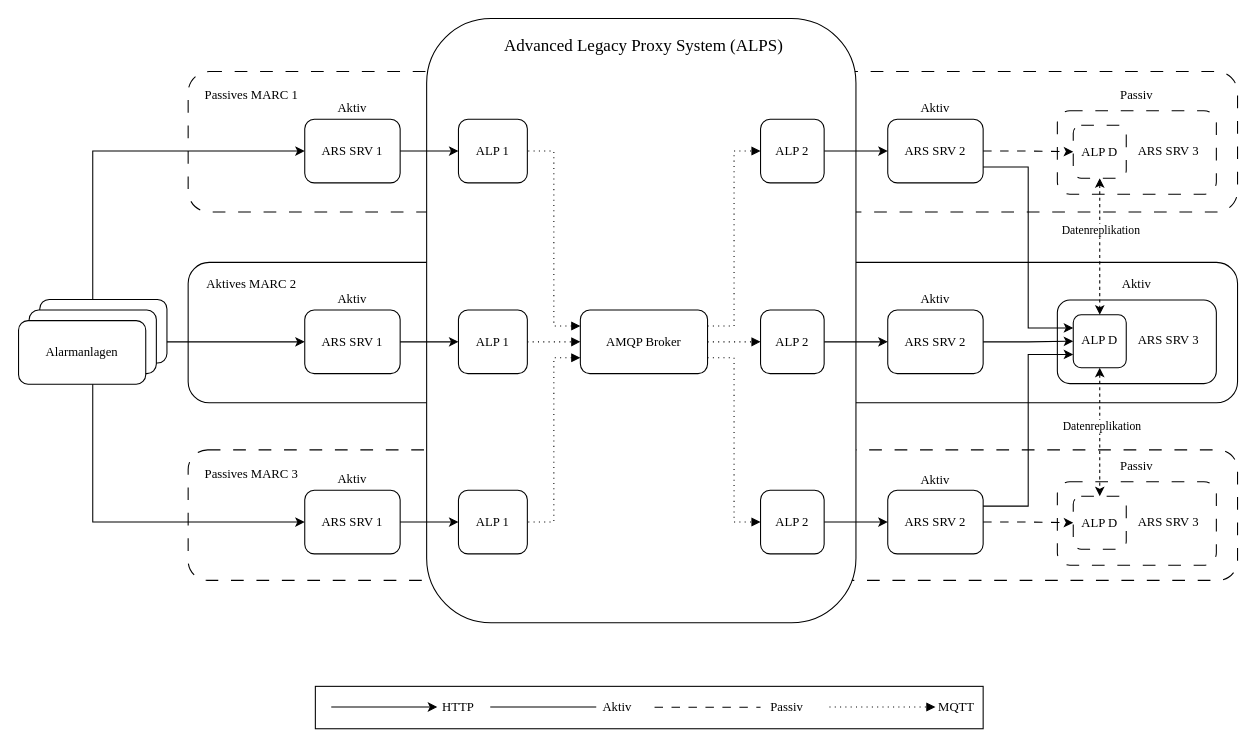
Earlier version of the draw.io diagram drawio/a_lps.drawio (JadKHaddad/MT). Source tidied: cells renumbered, new cells numbered last; positions are measured from the earlier drawing's top-left corner, leaving out a move shared by most shapes. Both pictures are drawn from the tidied source at 106%, with x=0, y=0 at pixel (18, 18).
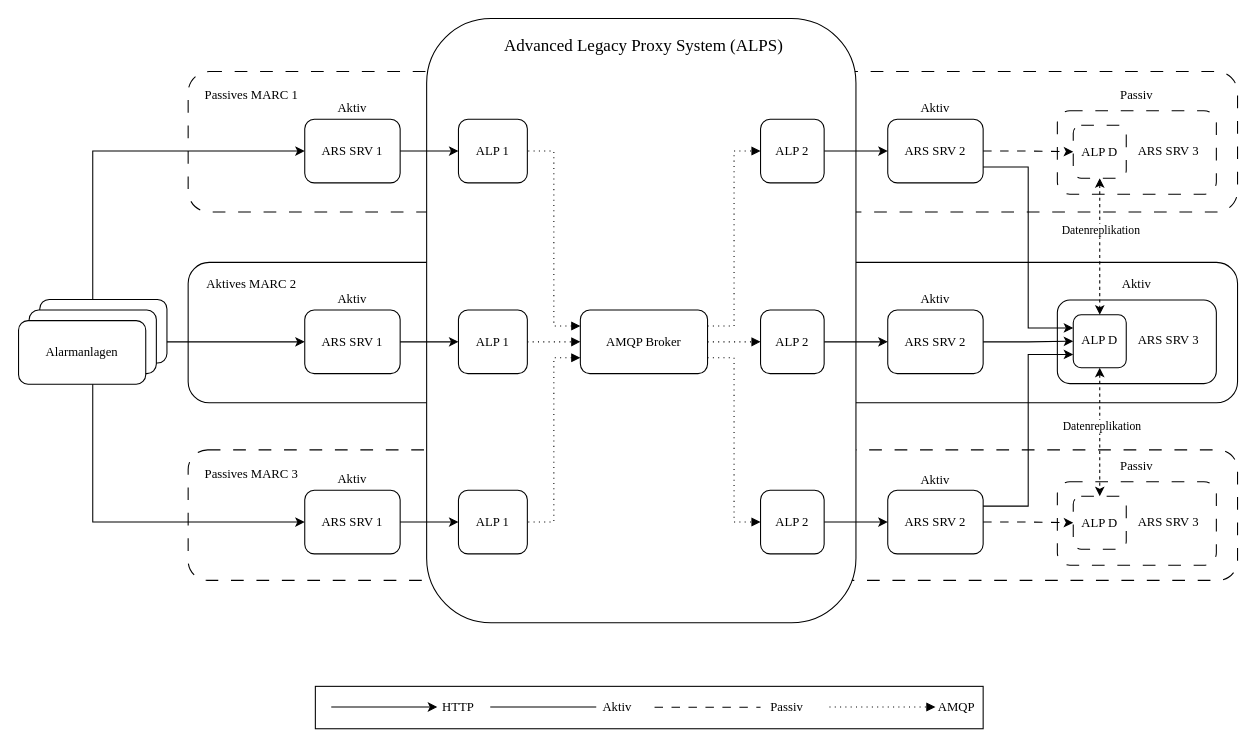
The same diagram, later.

Diff of the diagram source:
```diff
@@
-    <mxCell id="53" value="MQTT" style="text;html=1;whiteSpace=wrap;strokeColor=none;fillColor=none;align=center;verticalAlign=middle;rounded=0;fontFamily=Times New Roman;" parent="1" vertex="1">
+    <mxCell id="53" value="AMQP" style="text;html=1;whiteSpace=wrap;strokeColor=none;fillColor=none;align=center;verticalAlign=middle;rounded=0;fontFamily=Times New Roman;" parent="1" vertex="1">
       <mxGeometry x="855" y="635" width="60" height="30" as="geometry" />
     </mxCell>
```
